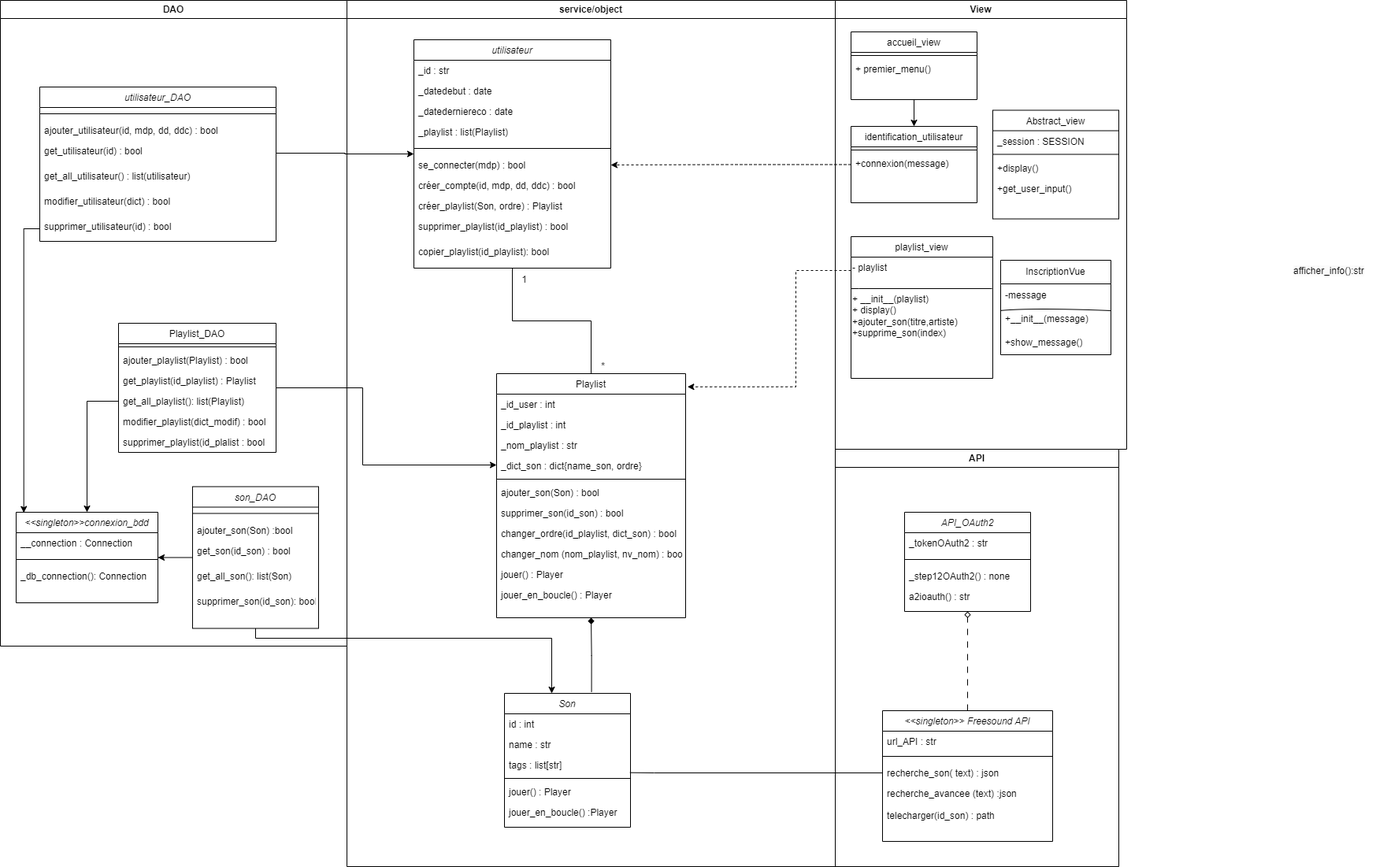
PepitoTSO/Projet-INFO-ENSAI-2A-Gr14 keeps this draw.io diagram as doc/modelisation/Diagramme de classe.png. Above is the earlier version. Source tidied: cells renumbered, new cells last; positions are measured from the earlier drawing's top-left corner, leaving out a move shared by most shapes.
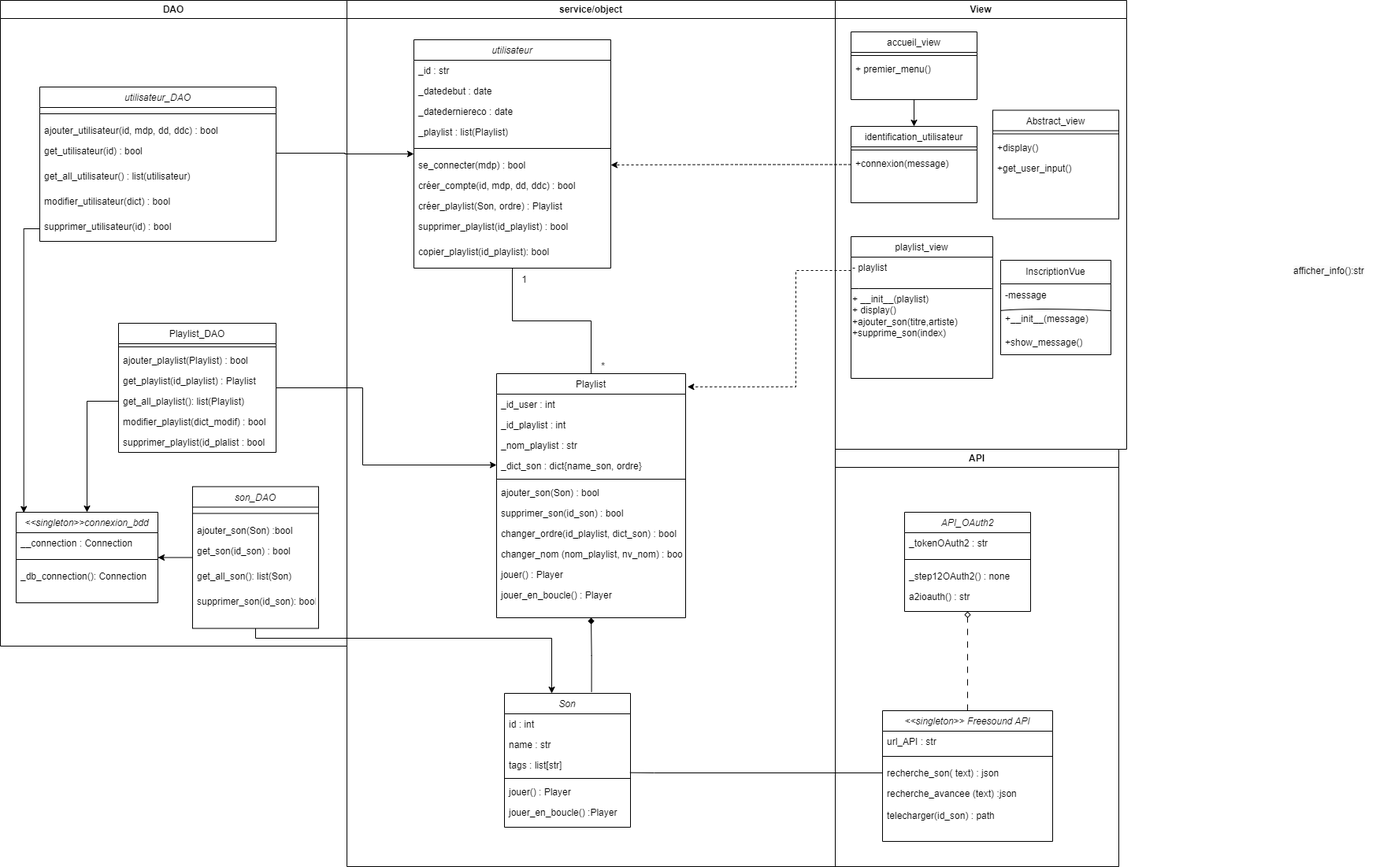
The same file after the commit.

Change to the diagram source:
```diff
@@ -8,17 +8,14 @@
     <mxCell id="3" value="Abstract_view" style="swimlane;fontStyle=0;align=center;verticalAlign=top;horizontal=1;startSize=26;rounded=0;shadow=0;strokeWidth=1;" parent="2" vertex="1">
       <mxGeometry x="200" y="139.5" width="160" height="138" as="geometry" />
     </mxCell>
-    <mxCell id="4" value="_session : SESSION" style="text;align=left;verticalAlign=top;spacingLeft=4;spacingRight=4;overflow=hidden;" parent="3" vertex="1">
-      <mxGeometry y="26" width="160" height="26" as="geometry" />
-    </mxCell>
     <mxCell id="5" style="line;html=1;strokeWidth=1;align=left;verticalAlign=middle;spacingTop=-1;spacingLeft=3;spacingRight=3;labelPosition=right;" parent="3" vertex="1">
-      <mxGeometry y="52" width="160" height="8" as="geometry" />
+      <mxGeometry y="26" width="160" height="8" as="geometry" />
     </mxCell>
     <mxCell id="6" value="+display()" style="text;align=left;verticalAlign=top;spacingLeft=4;spacingRight=4;overflow=hidden;" parent="3" vertex="1">
-      <mxGeometry y="60" width="160" height="26" as="geometry" />
+      <mxGeometry y="34" width="160" height="26" as="geometry" />
     </mxCell>
     <mxCell id="7" value="+get_user_input()" style="text;align=left;verticalAlign=top;spacingLeft=4;spacingRight=4;overflow=hidden;" parent="3" vertex="1">
-      <mxGeometry y="86" width="160" height="26" as="geometry" />
+      <mxGeometry y="60" width="160" height="26" as="geometry" />
     </mxCell>
     <mxCell id="8" style="edgeStyle=orthogonalEdgeStyle;rounded=0;jettySize=auto;html=1;entryX=0.5;entryY=0;entryDx=0;entryDy=0;" parent="2" edge="1" source="9" target="12">
       <mxGeometry relative="1" as="geometry" />
```
